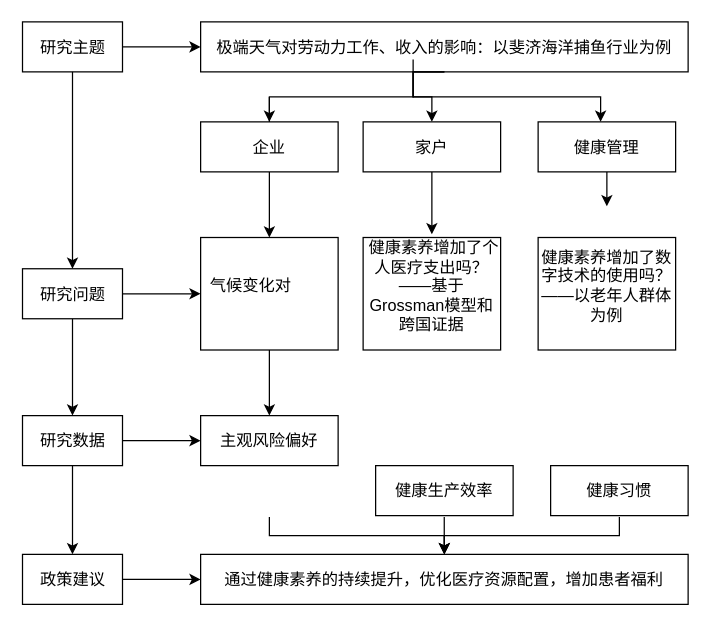
Before: proposal.drawio in BWaaaa/AdvancedDID, a draw.io diagram. Source tidied: cells renumbered, new cells numbered last; positions are measured from the earlier drawing's top-left corner, leaving out a move shared by most shapes. Both pictures are drawn from the tidied source at 125%, with x=0, y=0 at pixel (22, 21).
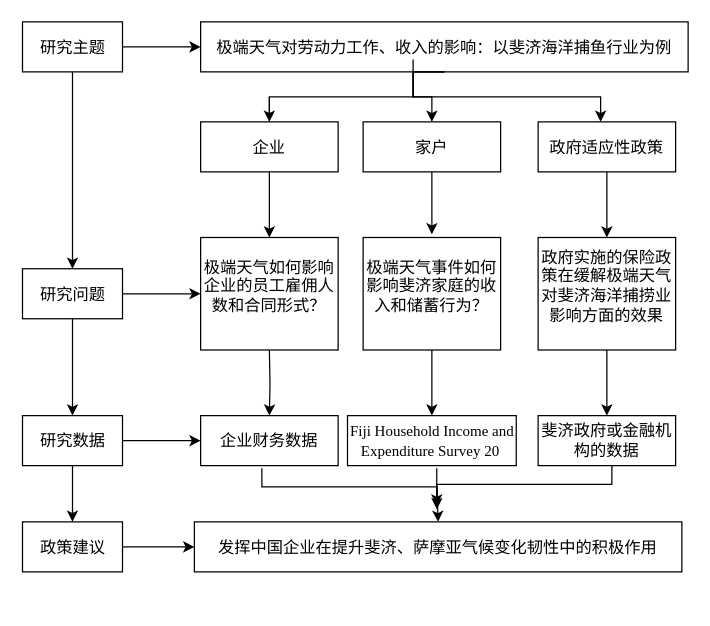
After the change.

Unchanged cells that the change refers to:
```xml
<mxCell id="7" value="企业" style="rounded=0;whiteSpace=wrap;html=1;fontFamily=宋体;fontSize=13;" parent="1" vertex="1">
  <mxGeometry x="142" y="80" width="110" height="40" as="geometry" />
</mxCell>
<mxCell id="22" value="研究问题" style="rounded=0;whiteSpace=wrap;html=1;fontFamily=宋体;fontSize=13;" parent="1" vertex="1">
  <mxGeometry x="-0.5" y="197.5" width="80" height="40" as="geometry" />
</mxCell>
```

What changed in the source:
```diff
@@
-    <mxCell id="3" style="edgeStyle=orthogonalEdgeStyle;rounded=0;jettySize=auto;html=1;fontFamily=宋体;fontSize=13;" parent="1" edge="1" source="4">
-      <mxGeometry relative="1" as="geometry">
-        <mxPoint x="467" y="147.5" as="targetPoint" />
-      </mxGeometry>
-    </mxCell>
+    <mxCell id="36" style="edgeStyle=orthogonalEdgeStyle;rounded=0;jettySize=auto;html=1;" parent="1" edge="1" source="4" target="13">
+      <mxGeometry relative="1" as="geometry" />
+    </mxCell>
-    <mxCell id="4" value="健康管理" style="rounded=0;whiteSpace=wrap;html=1;fontFamily=宋体;fontSize=13;" parent="1" vertex="1">
+    <mxCell id="4" value="政府适应性政策" style="rounded=0;whiteSpace=wrap;html=1;fontFamily=宋体;fontSize=13;" parent="1" vertex="1">
       <mxGeometry x="412" y="80" width="110" height="40" as="geometry" />
     </mxCell>
@@
-    <mxCell id="6" style="edgeStyle=orthogonalEdgeStyle;rounded=0;jettySize=auto;html=1;" parent="1" edge="1" source="7" target="11">
-      <mxGeometry relative="1" as="geometry" />
+    <mxCell id="6" style="edgeStyle=orthogonalEdgeStyle;rounded=0;jettySize=auto;html=1;" parent="1" edge="1" source="7">
+      <mxGeometry relative="1" as="geometry">
+        <mxPoint x="197" y="172.5" as="targetPoint" />
+      </mxGeometry>
     </mxCell>
@@
-    <mxCell id="8" style="edgeStyle=orthogonalEdgeStyle;rounded=0;jettySize=auto;html=1;exitX=0.5;exitY=1;exitDx=0;exitDy=0;entryX=0.5;entryY=0;entryDx=0;entryDy=0;fontFamily=宋体;fontSize=13;" parent="1" edge="1" target="34">
+    <mxCell id="8" style="edgeStyle=orthogonalEdgeStyle;rounded=0;orthogonalLoop=1;jettySize=auto;html=1;exitX=0.5;exitY=1;exitDx=0;exitDy=0;fontFamily=宋体;fontSize=13;" parent="1" edge="1">
       <mxGeometry relative="1" as="geometry">
-        <mxPoint x="477" y="396" as="sourcePoint" />
+        <mxPoint x="471" y="355" as="sourcePoint" />
+        <mxPoint x="332" y="400" as="targetPoint" />
         <Array as="points">
-          <mxPoint x="477" y="411" />
-          <mxPoint x="337" y="411" />
+          <mxPoint x="471" y="370" />
+          <mxPoint x="331" y="370" />
         </Array>
       </mxGeometry>
     </mxCell>
-    <mxCell id="9" style="edgeStyle=orthogonalEdgeStyle;rounded=0;jettySize=auto;html=1;exitX=0.5;exitY=1;exitDx=0;exitDy=0;entryX=0.5;entryY=0;entryDx=0;entryDy=0;fontFamily=宋体;fontSize=13;" parent="1" edge="1" target="34">
+    <mxCell id="9" style="edgeStyle=orthogonalEdgeStyle;rounded=0;orthogonalLoop=1;jettySize=auto;html=1;exitX=0.5;exitY=1;exitDx=0;exitDy=0;fontFamily=宋体;fontSize=13;" parent="1" edge="1">
       <mxGeometry relative="1" as="geometry">
-        <mxPoint x="197" y="396" as="sourcePoint" />
+        <mxPoint x="191" y="357" as="sourcePoint" />
+        <mxPoint x="331" y="390" as="targetPoint" />
         <Array as="points">
-          <mxPoint x="197" y="411" />
-          <mxPoint x="337" y="411" />
+          <mxPoint x="191" y="372" />
+          <mxPoint x="331" y="372" />
         </Array>
       </mxGeometry>
     </mxCell>
-    <mxCell id="10" style="edgeStyle=orthogonalEdgeStyle;rounded=0;jettySize=auto;html=1;fontFamily=宋体;fontSize=13;" parent="1" edge="1" source="11" target="33">
-      <mxGeometry relative="1" as="geometry" />
+    <mxCell id="10" style="edgeStyle=orthogonalEdgeStyle;rounded=0;jettySize=auto;html=1;fontFamily=宋体;fontSize=13;" parent="1" edge="1" target="33">
+      <mxGeometry relative="1" as="geometry">
+        <mxPoint x="197" y="262.5" as="sourcePoint" />
+      </mxGeometry>
     </mxCell>
-    <mxCell id="11" value="&lt;div style=&quot;text-indent: -29.3333px;&quot;&gt;气候变化对&lt;/div&gt;&lt;p style=&quot;margin-top: 0cm; margin-right: 0cm; margin-left: 22pt; text-align: justify; line-height: 150%; font-size: 13px;&quot; class=&quot;MsoListParagraph&quot;&gt;&lt;span style=&quot;font-size: 13px;&quot; lang=&quot;EN-US&quot;&gt;&lt;/span&gt;&lt;/p&gt;" style="rounded=0;whiteSpace=wrap;html=1;fontFamily=宋体;fontSize=13;" parent="1" vertex="1">
-      <mxGeometry x="142" y="172.5" width="110" height="90" as="geometry" />
-    </mxCell>
+    <mxCell id="37" style="edgeStyle=orthogonalEdgeStyle;rounded=0;jettySize=auto;html=1;" parent="1" edge="1" source="12" target="32">
+      <mxGeometry relative="1" as="geometry" />
+    </mxCell>
-    <mxCell id="12" value="&lt;font style=&quot;font-size: 13px;&quot;&gt;&lt;span style=&quot;text-align: justify; text-indent: -22pt; background-color: initial; font-size: 13px;&quot; lang=&quot;EN-US&quot;&gt;&amp;nbsp;&lt;/span&gt;&lt;span style=&quot;text-align: justify; text-indent: -22pt; background-color: initial; font-size: 13px;&quot;&gt;健康素养增加了个人医疗支出吗？——基于&lt;/span&gt;&lt;span style=&quot;text-align: justify; text-indent: -22pt; background-color: initial; font-size: 13px;&quot; lang=&quot;EN-US&quot;&gt;Grossman&lt;/span&gt;&lt;span style=&quot;text-align: justify; text-indent: -22pt; background-color: initial; font-size: 13px;&quot;&gt;模型和跨国证据&lt;/span&gt;&lt;/font&gt;&lt;p style=&quot;margin-top: 0cm; margin-right: 0cm; margin-left: 22pt; text-align: justify; line-height: 150%; font-size: 13px;&quot; class=&quot;MsoListParagraph&quot;&gt;&lt;span style=&quot;font-size: 13px;&quot; lang=&quot;EN-US&quot;&gt;&lt;/span&gt;&lt;/p&gt;" style="rounded=0;whiteSpace=wrap;html=1;fontFamily=宋体;fontSize=13;" parent="1" vertex="1">
+    <mxCell id="12" value="极端天气事件如何影响斐济家庭的收入和储蓄行为？&lt;br&gt;&lt;p style=&quot;margin-top: 0cm; margin-right: 0cm; margin-left: 22pt; text-align: justify; line-height: 150%; font-size: 13px;&quot; class=&quot;MsoListParagraph&quot;&gt;&lt;span style=&quot;font-size: 13px;&quot; lang=&quot;EN-US&quot;&gt;&lt;/span&gt;&lt;/p&gt;" style="rounded=0;whiteSpace=wrap;html=1;fontFamily=宋体;fontSize=13;" parent="1" vertex="1">
       <mxGeometry x="272" y="172.5" width="110" height="90" as="geometry" />
     </mxCell>
+    <mxCell id="38" style="edgeStyle=orthogonalEdgeStyle;rounded=0;jettySize=auto;html=1;" parent="1" edge="1" source="13" target="31">
+      <mxGeometry relative="1" as="geometry" />
+    </mxCell>
-    <mxCell id="13" value="&lt;font style=&quot;font-size: 13px;&quot;&gt;&lt;span style=&quot;font-size: 13px;&quot;&gt;健康素养增加了数字技术的使用吗？&lt;/span&gt;&lt;span style=&quot;text-indent: -29.3333px; font-size: 13px;&quot;&gt;——&lt;/span&gt;&lt;span style=&quot;font-size: 13px;&quot;&gt;以老年人群体为例&lt;/span&gt;&lt;/font&gt;&lt;br style=&quot;font-size: 13px;&quot;&gt;&lt;p class=&quot;MsoListParagraph&quot; style=&quot;margin-top: 0cm; margin-right: 0cm; margin-left: 22pt; line-height: 150%; font-size: 13px;&quot;&gt;&lt;span lang=&quot;EN-US&quot; style=&quot;font-size: 13px;&quot;&gt;&lt;/span&gt;&lt;/p&gt;" style="rounded=0;whiteSpace=wrap;html=1;align=center;fontFamily=宋体;fontSize=13;" parent="1" vertex="1">
+    <mxCell id="13" value="政府实施的保险政策在缓解极端天气对斐济海洋捕捞业影响方面的效果&lt;br style=&quot;font-size: 13px;&quot;&gt;&lt;p class=&quot;MsoListParagraph&quot; style=&quot;margin-top: 0cm; margin-right: 0cm; margin-left: 22pt; line-height: 150%; font-size: 13px;&quot;&gt;&lt;span lang=&quot;EN-US&quot; style=&quot;font-size: 13px;&quot;&gt;&lt;/span&gt;&lt;/p&gt;" style="rounded=0;whiteSpace=wrap;html=1;align=center;fontFamily=宋体;fontSize=13;" parent="1" vertex="1">
       <mxGeometry x="412" y="172.5" width="110" height="90" as="geometry" />
     </mxCell>
@@
     <mxCell id="15" style="edgeStyle=orthogonalEdgeStyle;curved=1;rounded=0;orthogonalLoop=1;jettySize=auto;html=1;fontFamily=宋体;fontSize=13;" parent="1" edge="1">
       <mxGeometry relative="1" as="geometry">
-        <mxPoint x="336.9" y="396" as="sourcePoint" />
-        <mxPoint x="336.9" y="426" as="targetPoint" />
+        <mxPoint x="330.9" y="357" as="sourcePoint" />
+        <mxPoint x="330.9" y="387" as="targetPoint" />
       </mxGeometry>
     </mxCell>
@@
-    <mxCell id="21" style="edgeStyle=orthogonalEdgeStyle;rounded=0;jettySize=auto;html=1;fontFamily=宋体;fontSize=13;" parent="1" edge="1" source="22" target="11">
-      <mxGeometry relative="1" as="geometry" />
+    <mxCell id="21" style="edgeStyle=orthogonalEdgeStyle;rounded=0;jettySize=auto;html=1;fontFamily=宋体;fontSize=13;" parent="1" edge="1" source="22">
+      <mxGeometry relative="1" as="geometry">
+        <mxPoint x="142" y="217.5" as="targetPoint" />
+      </mxGeometry>
     </mxCell>
@@
     <mxCell id="27" value="政策建议" style="rounded=0;whiteSpace=wrap;html=1;fontFamily=宋体;fontSize=13;" parent="1" vertex="1">
-      <mxGeometry x="-0.5" y="426" width="80" height="40" as="geometry" />
+      <mxGeometry x="-0.5" y="400" width="80" height="40" as="geometry" />
     </mxCell>
@@
-    <mxCell id="31" value="健康习惯" style="rounded=0;whiteSpace=wrap;html=1;fontFamily=宋体;fontSize=13;" parent="1" vertex="1">
-      <mxGeometry x="422" y="355" width="110" height="40" as="geometry" />
+    <mxCell id="31" value="斐济政府或金融机构的数据" style="rounded=0;whiteSpace=wrap;html=1;fontFamily=宋体;fontSize=13;" parent="1" vertex="1">
+      <mxGeometry x="412" y="315" width="110" height="40" as="geometry" />
     </mxCell>
-    <mxCell id="32" value="健康生产效率" style="rounded=0;whiteSpace=wrap;html=1;fontFamily=宋体;fontSize=13;" parent="1" vertex="1">
-      <mxGeometry x="282" y="355" width="110" height="40" as="geometry" />
+    <mxCell id="32" value="&lt;font style=&quot;font-size: 12px;&quot; face=&quot;Times New Roman&quot;&gt;Fiji Household Income and Expenditure Survey 20&amp;nbsp;&lt;/font&gt;" style="rounded=0;whiteSpace=wrap;html=1;fontFamily=宋体;fontSize=13;" parent="1" vertex="1">
+      <mxGeometry x="259.5" y="315" width="135" height="40" as="geometry" />
     </mxCell>
-    <mxCell id="33" value="主观风险偏好" style="rounded=0;whiteSpace=wrap;html=1;fontFamily=宋体;fontSize=13;" parent="1" vertex="1">
+    <mxCell id="33" value="企业财务数据" style="rounded=0;whiteSpace=wrap;html=1;fontFamily=宋体;fontSize=13;" parent="1" vertex="1">
       <mxGeometry x="142" y="315" width="110" height="40" as="geometry" />
     </mxCell>
-    <mxCell id="34" value="通过健康素养的持续提升，优化医疗资源配置，增加患者福利" style="whiteSpace=wrap;html=1;rounded=0;fontFamily=宋体;fontSize=13;" parent="1" vertex="1">
-      <mxGeometry x="142" y="426" width="390" height="40" as="geometry" />
+    <mxCell id="34" value="发挥中国企业在提升斐济、萨摩亚气候变化韧性中的积极作用" style="whiteSpace=wrap;html=1;rounded=0;fontFamily=宋体;fontSize=13;" parent="1" vertex="1">
+      <mxGeometry x="137" y="400" width="390" height="40" as="geometry" />
     </mxCell>
@@
+    <mxCell id="39" value="极端天气如何影响企业的员工雇佣人数和合同形式？&lt;br&gt;&lt;p style=&quot;margin-top: 0cm; margin-right: 0cm; margin-left: 22pt; text-align: justify; line-height: 150%; font-size: 13px;&quot; class=&quot;MsoListParagraph&quot;&gt;&lt;span style=&quot;font-size: 13px;&quot; lang=&quot;EN-US&quot;&gt;&lt;/span&gt;&lt;/p&gt;" style="rounded=0;whiteSpace=wrap;html=1;fontFamily=宋体;fontSize=13;" parent="1" vertex="1">
+      <mxGeometry x="142" y="172.5" width="110" height="90" as="geometry" />
+    </mxCell>
```
